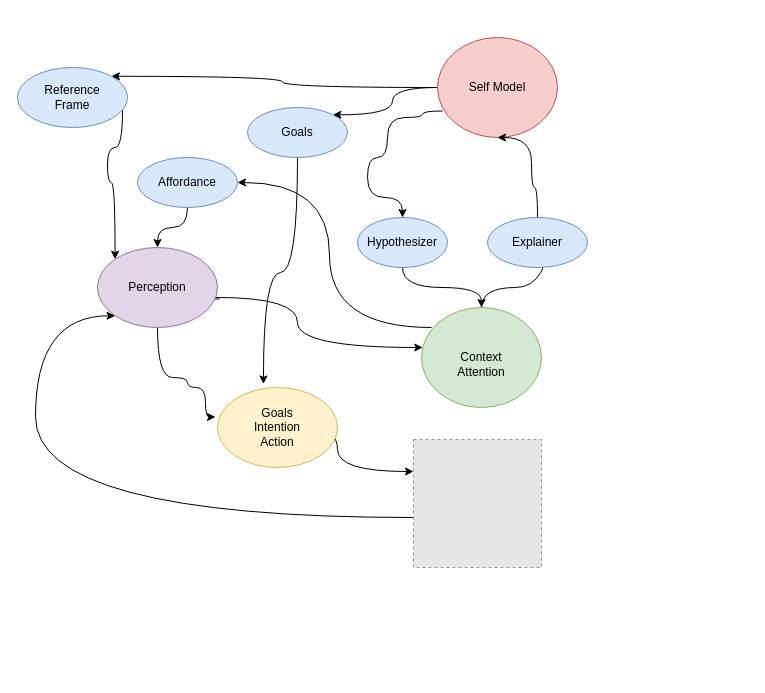
Earlier version of the draw.io diagram cognitive_constraint_arch.drawio (codeaudit/1). Source tidied: cells renumbered, new cells numbered last; positions are measured from the earlier drawing's top-left corner, leaving out a move shared by most shapes. Both pictures are drawn from the tidied source at 100%, with x=0, y=0 at pixel (17, 37). Pictures stored in the file or linked from it are replaced by grey dashed boxes.
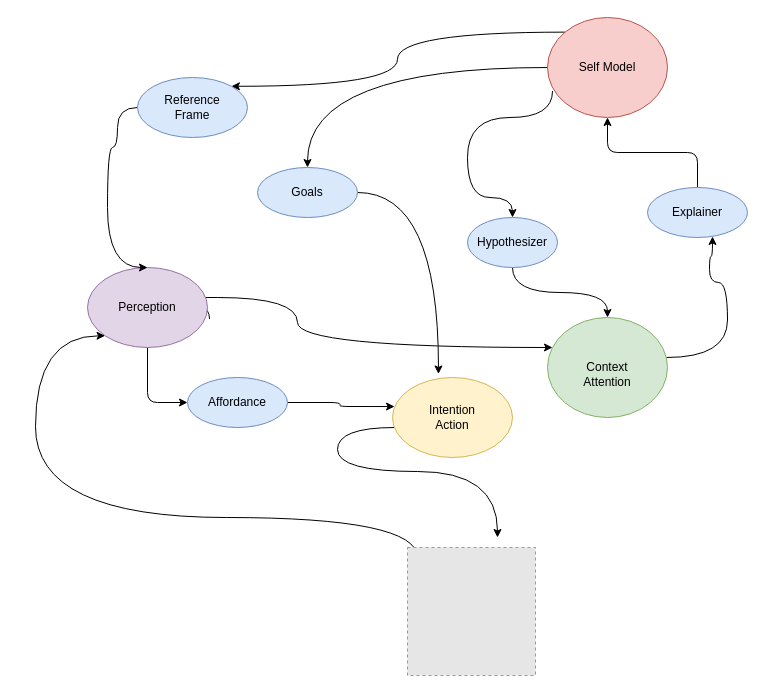
Above is the later version.

Change to the diagram source:
```diff
@@
-    <mxCell id="3" style="edgeStyle=orthogonalEdgeStyle;curved=1;jettySize=auto;html=1;entryX=-0.017;entryY=0.369;entryDx=0;entryDy=0;entryPerimeter=0;" parent="1" edge="1" source="4" target="6">
-      <mxGeometry relative="1" as="geometry">
-        <Array as="points">
-          <mxPoint x="140" y="340" />
-          <mxPoint x="170" y="340" />
-          <mxPoint x="170" y="350" />
-          <mxPoint x="188" y="350" />
-        </Array>
-      </mxGeometry>
-    </mxCell>
+    <mxCell id="26" style="edgeStyle=orthogonalEdgeStyle;rounded=1;jettySize=auto;html=1;entryX=0;entryY=0.5;entryDx=0;entryDy=0;" parent="1" edge="1" source="4" target="19">
+      <mxGeometry relative="1" as="geometry" />
+    </mxCell>
     <mxCell id="4" value="Perception" style="ellipse;whiteSpace=wrap;html=1;fillColor=#e1d5e7;strokeColor=#9673a6;" parent="1" vertex="1">
-      <mxGeometry x="80" y="210" width="120" height="80" as="geometry" />
+      <mxGeometry x="70" y="230" width="120" height="80" as="geometry" />
     </mxCell>
-    <mxCell id="5" style="edgeStyle=orthogonalEdgeStyle;curved=1;jettySize=auto;html=1;entryX=0;entryY=0.25;entryDx=0;entryDy=0;exitX=0.5;exitY=1;exitDx=0;exitDy=0;" parent="1" edge="1" source="6" target="10">
+    <mxCell id="5" style="edgeStyle=orthogonalEdgeStyle;curved=1;jettySize=auto;html=1;exitX=0.5;exitY=1;exitDx=0;exitDy=0;" parent="1" edge="1" source="6">
       <mxGeometry relative="1" as="geometry">
+        <mxPoint x="480" y="500" as="targetPoint" />
         <Array as="points">
           <mxPoint x="320" y="390" />
           <mxPoint x="320" y="434" />
         </Array>
       </mxGeometry>
     </mxCell>
-    <mxCell id="6" value="Goals&lt;br&gt;Intention&lt;br&gt;Action" style="ellipse;whiteSpace=wrap;html=1;fillColor=#fff2cc;strokeColor=#d6b656;" parent="1" vertex="1">
-      <mxGeometry x="200" y="350" width="120" height="80" as="geometry" />
+    <mxCell id="6" value="Intention&lt;br&gt;Action" style="ellipse;whiteSpace=wrap;html=1;fillColor=#fff2cc;strokeColor=#d6b656;" parent="1" vertex="1">
+      <mxGeometry x="375" y="340" width="120" height="80" as="geometry" />
     </mxCell>
-    <mxCell id="7" style="edgeStyle=orthogonalEdgeStyle;curved=1;jettySize=auto;html=1;startArrow=none;startFill=0;endArrow=classic;endFill=1;entryX=0.62;entryY=0.03;entryDx=0;entryDy=0;entryPerimeter=0;" parent="1" edge="1" source="8" target="21">
-      <mxGeometry relative="1" as="geometry" />
+    <mxCell id="7" style="edgeStyle=orthogonalEdgeStyle;curved=1;jettySize=auto;html=1;startArrow=none;startFill=0;endArrow=classic;endFill=1;entryX=0.65;entryY=0.98;entryDx=0;entryDy=0;entryPerimeter=0;" parent="1" edge="1" source="8" target="21">
+      <mxGeometry relative="1" as="geometry">
+        <Array as="points">
+          <mxPoint x="710" y="320" />
+          <mxPoint x="710" y="245" />
+          <mxPoint x="692" y="245" />
+          <mxPoint x="692" y="219" />
+        </Array>
+      </mxGeometry>
     </mxCell>
     <mxCell id="8" value="&lt;br&gt;Context&lt;br&gt;Attention" style="ellipse;whiteSpace=wrap;html=1;fillColor=#d5e8d4;strokeColor=#82b366;" parent="1" vertex="1">
-      <mxGeometry x="404" y="270" width="120" height="100" as="geometry" />
+      <mxGeometry x="530" y="280" width="120" height="100" as="geometry" />
     </mxCell>
-    <mxCell id="9" style="edgeStyle=orthogonalEdgeStyle;curved=1;jettySize=auto;html=1;startArrow=none;startFill=0;endArrow=classic;endFill=1;entryX=0;entryY=1;entryDx=0;entryDy=0;" parent="1" edge="1" source="10" target="4">
+    <mxCell id="9" style="edgeStyle=orthogonalEdgeStyle;curved=1;jettySize=auto;html=1;startArrow=none;startFill=0;endArrow=classic;endFill=1;entryX=0;entryY=1;entryDx=0;entryDy=0;" parent="1" edge="1" target="4">
       <mxGeometry relative="1" as="geometry">
+        <mxPoint x="400" y="520" as="sourcePoint" />
         <Array as="points">
           <mxPoint x="18" y="480" />
         </Array>
       </mxGeometry>
     </mxCell>
     <mxCell id="10" style="fillColor=#E6E6E6;strokeColor=#999999;dashed=1;html=1;verticalAlign=top;verticalLabelPosition=bottom;labelBackgroundColor=#ffffff;" parent="1" vertex="1">
-      <mxGeometry x="396" y="402" width="128" height="128" as="geometry" />
+      <mxGeometry x="390" y="510" width="128" height="128" as="geometry" />
     </mxCell>
-    <mxCell id="11" style="edgeStyle=orthogonalEdgeStyle;curved=1;jettySize=auto;html=1;entryX=1;entryY=0.5;entryDx=0;entryDy=0;exitX=0.083;exitY=0.2;exitDx=0;exitDy=0;exitPerimeter=0;" parent="1" edge="1" source="8" target="19">
-      <mxGeometry relative="1" as="geometry" />
-    </mxCell>
     <mxCell id="12" style="edgeStyle=orthogonalEdgeStyle;curved=1;jettySize=auto;html=1;startArrow=none;startFill=0;endArrow=classic;endFill=1;entryX=0.5;entryY=0;entryDx=0;entryDy=0;exitX=0.042;exitY=0.735;exitDx=0;exitDy=0;exitPerimeter=0;" parent="1" edge="1" source="15" target="17">
       <mxGeometry relative="1" as="geometry">
         <Array as="points">
-          <mxPoint x="405" y="80" />
-          <mxPoint x="370" y="80" />
-          <mxPoint x="370" y="120" />
-          <mxPoint x="350" y="120" />
-          <mxPoint x="350" y="160" />
-          <mxPoint x="385" y="160" />
+          <mxPoint x="535" y="80" />
+          <mxPoint x="450" y="80" />
+          <mxPoint x="450" y="160" />
+          <mxPoint x="495" y="160" />
         </Array>
       </mxGeometry>
     </mxCell>
-    <mxCell id="13" style="edgeStyle=orthogonalEdgeStyle;curved=1;jettySize=auto;html=1;startArrow=none;startFill=0;endArrow=classic;endFill=1;entryX=1;entryY=0;entryDx=0;entryDy=0;" parent="1" edge="1" source="15" target="23">
+    <mxCell id="13" style="edgeStyle=orthogonalEdgeStyle;curved=1;jettySize=auto;html=1;startArrow=none;startFill=0;endArrow=classic;endFill=1;" parent="1" edge="1" source="15" target="23">
       <mxGeometry relative="1" as="geometry" />
     </mxCell>
-    <mxCell id="14" style="edgeStyle=orthogonalEdgeStyle;curved=1;jettySize=auto;html=1;startArrow=none;startFill=0;endArrow=classic;endFill=1;entryX=1;entryY=0;entryDx=0;entryDy=0;" parent="1" edge="1" source="15" target="25">
+    <mxCell id="14" style="edgeStyle=orthogonalEdgeStyle;curved=1;jettySize=auto;html=1;startArrow=none;startFill=0;endArrow=classic;endFill=1;entryX=1;entryY=0;entryDx=0;entryDy=0;exitX=0;exitY=0;exitDx=0;exitDy=0;" parent="1" edge="1" source="15" target="25">
       <mxGeometry relative="1" as="geometry" />
     </mxCell>
     <mxCell id="15" value="Self Model" style="ellipse;whiteSpace=wrap;html=1;fillColor=#f8cecc;strokeColor=#b85450;" parent="1" vertex="1">
-      <mxGeometry x="420" width="120" height="100" as="geometry" />
+      <mxGeometry x="530" y="-20" width="120" height="100" as="geometry" />
     </mxCell>
@@
     <mxCell id="17" value="Hypothesizer" style="ellipse;whiteSpace=wrap;html=1;fillColor=#dae8fc;strokeColor=#6c8ebf;" parent="1" vertex="1">
-      <mxGeometry x="340" y="180" width="90" height="50" as="geometry" />
+      <mxGeometry x="450" y="180" width="90" height="50" as="geometry" />
     </mxCell>
-    <mxCell id="18" style="edgeStyle=orthogonalEdgeStyle;curved=1;jettySize=auto;html=1;startArrow=none;startFill=0;endArrow=classic;endFill=1;" parent="1" edge="1" source="19" target="4">
-      <mxGeometry relative="1" as="geometry" />
-    </mxCell>
+    <mxCell id="27" style="edgeStyle=orthogonalEdgeStyle;rounded=1;jettySize=auto;html=1;entryX=0.017;entryY=0.363;entryDx=0;entryDy=0;entryPerimeter=0;" parent="1" edge="1" source="19" target="6">
+      <mxGeometry relative="1" as="geometry" />
+    </mxCell>
     <mxCell id="19" value="Affordance" style="ellipse;whiteSpace=wrap;html=1;fillColor=#dae8fc;strokeColor=#6c8ebf;" parent="1" vertex="1">
-      <mxGeometry x="120" y="120" width="100" height="50" as="geometry" />
+      <mxGeometry x="170" y="340" width="100" height="50" as="geometry" />
     </mxCell>
-    <mxCell id="20" style="edgeStyle=orthogonalEdgeStyle;curved=1;jettySize=auto;html=1;startArrow=none;startFill=0;endArrow=classic;endFill=1;entryX=0.5;entryY=1;entryDx=0;entryDy=0;" parent="1" edge="1" source="21" target="15">
-      <mxGeometry relative="1" as="geometry">
-        <Array as="points">
-          <mxPoint x="520" y="150" />
-          <mxPoint x="514" y="150" />
-          <mxPoint x="514" y="100" />
-        </Array>
-      </mxGeometry>
+    <mxCell id="20" style="edgeStyle=orthogonalEdgeStyle;rounded=1;jettySize=auto;html=1;" parent="1" edge="1" source="21" target="15">
+      <mxGeometry relative="1" as="geometry" />
     </mxCell>
     <mxCell id="21" value="Explainer" style="ellipse;whiteSpace=wrap;html=1;fillColor=#dae8fc;strokeColor=#6c8ebf;" parent="1" vertex="1">
-      <mxGeometry x="470" y="180" width="100" height="50" as="geometry" />
+      <mxGeometry x="630" y="150" width="100" height="50" as="geometry" />
     </mxCell>
@@
     <mxCell id="23" value="Goals" style="ellipse;whiteSpace=wrap;html=1;fillColor=#dae8fc;strokeColor=#6c8ebf;" parent="1" vertex="1">
-      <mxGeometry x="230" y="70" width="100" height="50" as="geometry" />
+      <mxGeometry x="240" y="130" width="100" height="50" as="geometry" />
     </mxCell>
-    <mxCell id="24" style="edgeStyle=orthogonalEdgeStyle;curved=1;jettySize=auto;html=1;startArrow=none;startFill=0;endArrow=classic;endFill=1;entryX=0;entryY=0;entryDx=0;entryDy=0;" parent="1" edge="1" source="25" target="4">
+    <mxCell id="24" style="edgeStyle=orthogonalEdgeStyle;curved=1;jettySize=auto;html=1;startArrow=none;startFill=0;endArrow=classic;endFill=1;entryX=0.5;entryY=0;entryDx=0;entryDy=0;exitX=0;exitY=0.5;exitDx=0;exitDy=0;" parent="1" edge="1" source="25" target="4">
       <mxGeometry relative="1" as="geometry">
         <Array as="points">
-          <mxPoint x="105" y="110" />
+          <mxPoint x="100" y="70" />
+          <mxPoint x="100" y="110" />
           <mxPoint x="90" y="110" />
-          <mxPoint x="90" y="145" />
-          <mxPoint x="98" y="145" />
+          <mxPoint x="90" y="230" />
         </Array>
       </mxGeometry>
     </mxCell>
     <mxCell id="25" value="Reference&lt;br&gt;Frame" style="ellipse;whiteSpace=wrap;html=1;fillColor=#dae8fc;strokeColor=#6c8ebf;" parent="1" vertex="1">
-      <mxGeometry y="30" width="110" height="60" as="geometry" />
+      <mxGeometry x="120" y="40" width="110" height="60" as="geometry" />
     </mxCell>
```
